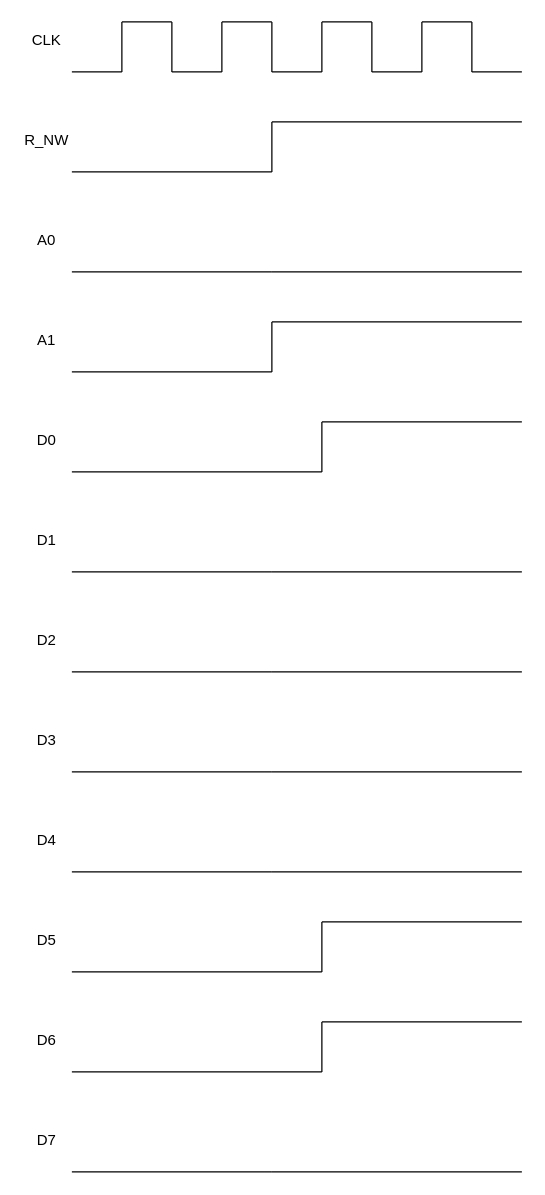
This is figures/plusbus_protocol.drawio from Niclasapdk/ESD3_project, a draw.io file, before an edit. Source tidied: cells renumbered, new cells numbered last; positions are measured from the earlier drawing's top-left corner, leaving out a move shared by most shapes. Both pictures are drawn from the tidied source at 125%, with x=0, y=0 at pixel (21, 21).
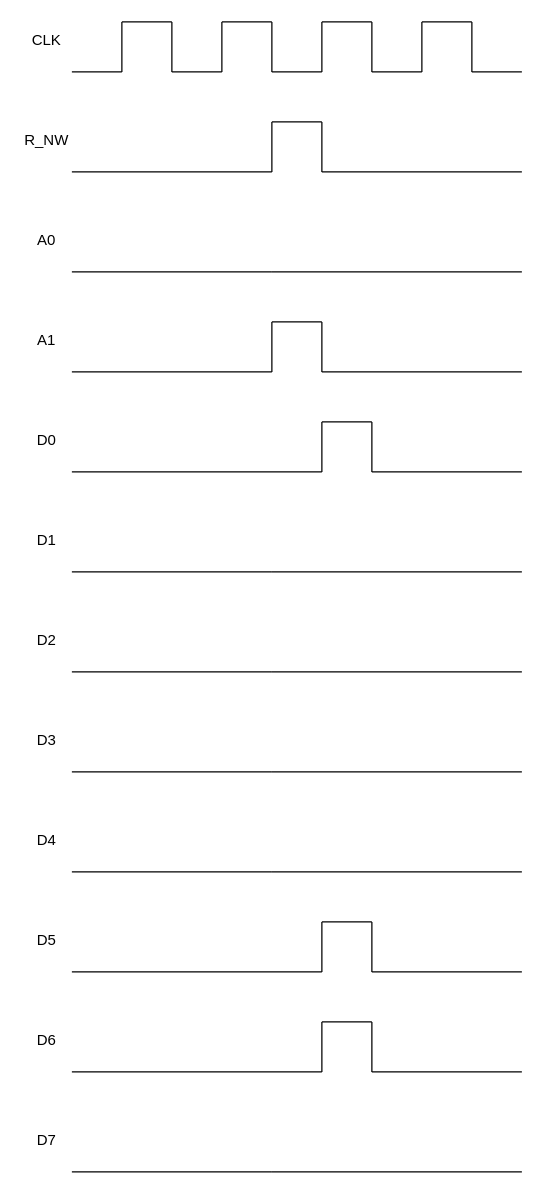
The same page after the edit.

What changed in the source:
```diff
@@
     <mxCell id="23" style="endArrow=none;html=1;rounded=0;" parent="1" edge="1">
       <mxGeometry relative="1" as="geometry">
         <mxPoint x="200" y="80" as="sourcePoint" />
-        <mxPoint x="400" y="80" as="targetPoint" />
+        <mxPoint x="240" y="80" as="targetPoint" />
       </mxGeometry>
     </mxCell>
@@
     <mxCell id="38" style="endArrow=none;html=1;rounded=0;" parent="1" edge="1">
       <mxGeometry relative="1" as="geometry">
         <mxPoint x="200" y="240" as="sourcePoint" />
-        <mxPoint x="400" y="240" as="targetPoint" />
+        <mxPoint x="240" y="240" as="targetPoint" />
       </mxGeometry>
     </mxCell>
@@
     <mxCell id="47" style="endArrow=none;html=1;rounded=0;" parent="1" edge="1">
       <mxGeometry relative="1" as="geometry">
         <mxPoint x="240" y="320" as="sourcePoint" />
-        <mxPoint x="400" y="320" as="targetPoint" />
+        <mxPoint x="280" y="320" as="targetPoint" />
       </mxGeometry>
     </mxCell>
@@
     <mxCell id="52" style="endArrow=none;html=1;rounded=0;" parent="1" edge="1">
       <mxGeometry relative="1" as="geometry">
         <mxPoint x="240" y="720" as="sourcePoint" />
-        <mxPoint x="400" y="720" as="targetPoint" />
+        <mxPoint x="280" y="720" as="targetPoint" />
       </mxGeometry>
     </mxCell>
     <mxCell id="53" style="endArrow=none;html=1;rounded=0;" parent="1" edge="1">
       <mxGeometry relative="1" as="geometry">
         <mxPoint x="240" y="800" as="sourcePoint" />
-        <mxPoint x="400" y="800" as="targetPoint" />
+        <mxPoint x="280" y="800" as="targetPoint" />
       </mxGeometry>
     </mxCell>
@@
+    <mxCell id="58" style="endArrow=none;html=1;rounded=0;" parent="1" edge="1">
+      <mxGeometry relative="1" as="geometry">
+        <mxPoint x="280" y="360" as="sourcePoint" />
+        <mxPoint x="400" y="360" as="targetPoint" />
+      </mxGeometry>
+    </mxCell>
+    <mxCell id="59" style="endArrow=none;html=1;rounded=0;" parent="1" edge="1">
+      <mxGeometry relative="1" as="geometry">
+        <mxPoint x="280" y="360" as="sourcePoint" />
+        <mxPoint x="280" y="320" as="targetPoint" />
+      </mxGeometry>
+    </mxCell>
+    <mxCell id="60" style="endArrow=none;html=1;rounded=0;" parent="1" edge="1">
+      <mxGeometry relative="1" as="geometry">
+        <mxPoint x="280" y="760" as="sourcePoint" />
+        <mxPoint x="280" y="720" as="targetPoint" />
+      </mxGeometry>
+    </mxCell>
+    <mxCell id="61" style="endArrow=none;html=1;rounded=0;" parent="1" edge="1">
+      <mxGeometry relative="1" as="geometry">
+        <mxPoint x="280" y="760" as="sourcePoint" />
+        <mxPoint x="400" y="760" as="targetPoint" />
+      </mxGeometry>
+    </mxCell>
+    <mxCell id="62" style="endArrow=none;html=1;rounded=0;" parent="1" edge="1">
+      <mxGeometry relative="1" as="geometry">
+        <mxPoint x="280" y="840" as="sourcePoint" />
+        <mxPoint x="280" y="800" as="targetPoint" />
+      </mxGeometry>
+    </mxCell>
+    <mxCell id="63" style="endArrow=none;html=1;rounded=0;" parent="1" edge="1">
+      <mxGeometry relative="1" as="geometry">
+        <mxPoint x="280" y="840" as="sourcePoint" />
+        <mxPoint x="400" y="840" as="targetPoint" />
+      </mxGeometry>
+    </mxCell>
+    <mxCell id="64" style="endArrow=none;html=1;rounded=0;" parent="1" edge="1">
+      <mxGeometry relative="1" as="geometry">
+        <mxPoint x="240" y="120" as="sourcePoint" />
+        <mxPoint x="240" y="80" as="targetPoint" />
+      </mxGeometry>
+    </mxCell>
+    <mxCell id="65" style="endArrow=none;html=1;rounded=0;" parent="1" edge="1">
+      <mxGeometry relative="1" as="geometry">
+        <mxPoint x="240" y="120" as="sourcePoint" />
+        <mxPoint x="400" y="120" as="targetPoint" />
+      </mxGeometry>
+    </mxCell>
+    <mxCell id="66" style="endArrow=none;html=1;rounded=0;" parent="1" edge="1">
+      <mxGeometry relative="1" as="geometry">
+        <mxPoint x="240" y="280" as="sourcePoint" />
+        <mxPoint x="400" y="280" as="targetPoint" />
+      </mxGeometry>
+    </mxCell>
+    <mxCell id="67" style="endArrow=none;html=1;rounded=0;" parent="1" edge="1">
+      <mxGeometry relative="1" as="geometry">
+        <mxPoint x="240" y="280" as="sourcePoint" />
+        <mxPoint x="240" y="240" as="targetPoint" />
+      </mxGeometry>
+    </mxCell>
```
